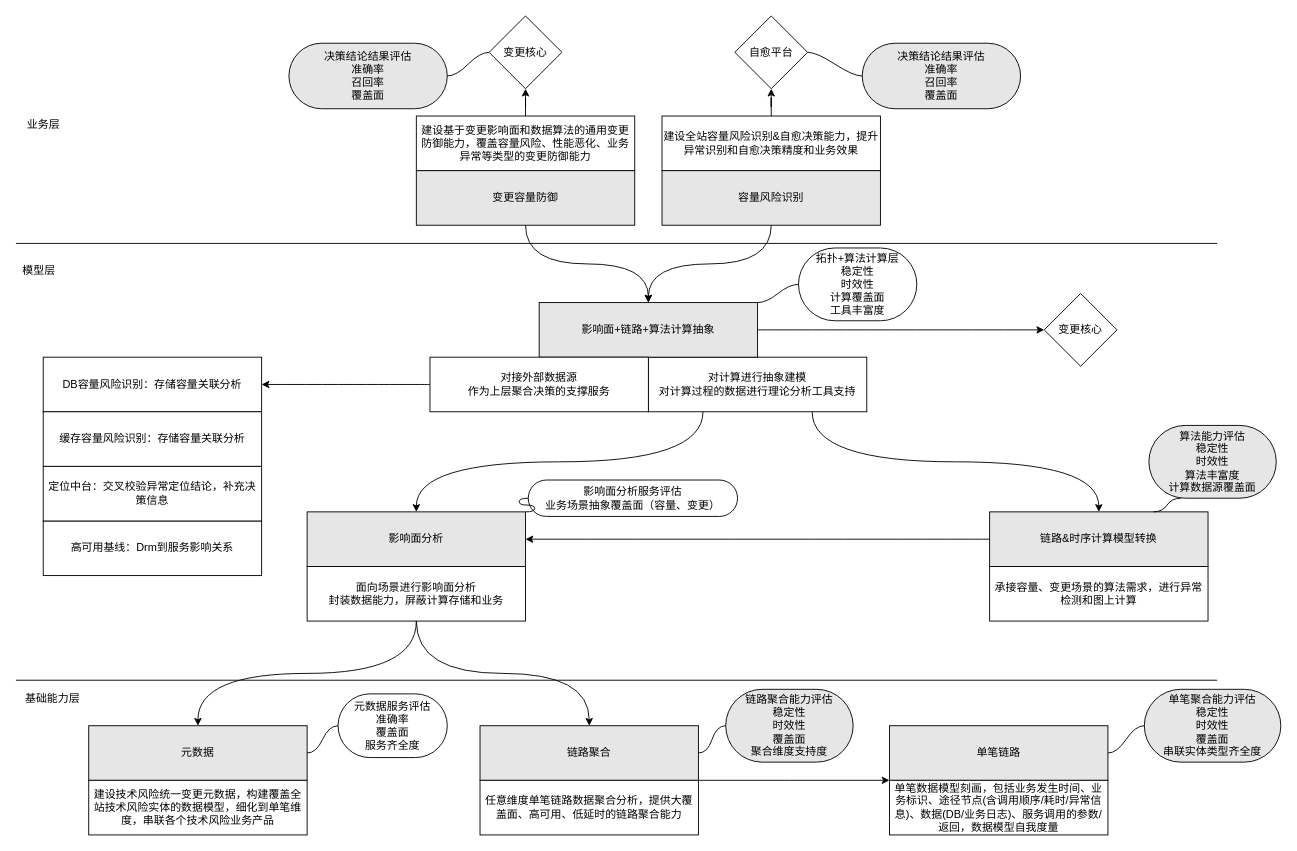
Above: 蚂蚁金服/OKR组织.drawio in frankneu/draw.io (draw.io), before the change. Source tidied: cells renumbered, new cells numbered last; positions are measured from the earlier drawing's top-left corner, leaving out a move shared by most shapes. Both pictures are drawn from the tidied source at 91%, with x=0, y=0 at pixel (15, 15).
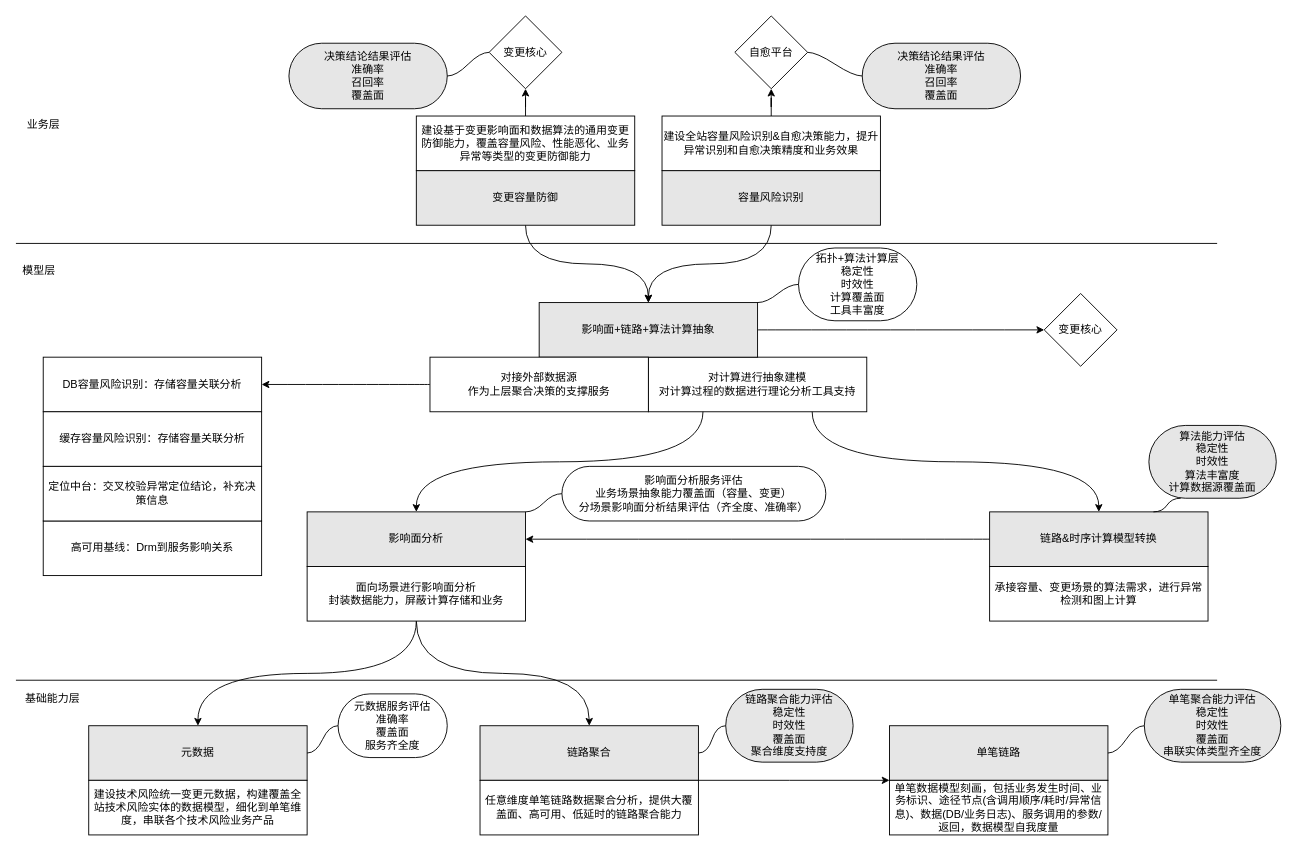
Above is the later version.

The edit, as a diff of the source:
```diff
@@
-    <mxCell id="55" value="影响面分析服务评估&lt;br&gt;业务场景抽象覆盖面（容量、变更）&lt;br&gt;" style="whiteSpace=wrap;html=1;rounded=1;arcSize=50;align=center;verticalAlign=middle;strokeWidth=1;spacing=4;newEdgeStyle={&quot;edgeStyle&quot;:&quot;entityRelationEdgeStyle&quot;,&quot;startArrow&quot;:&quot;none&quot;,&quot;endArrow&quot;:&quot;none&quot;,&quot;segment&quot;:10,&quot;curved&quot;:1};" parent="1" vertex="1">
-      <mxGeometry x="563" y="510" width="230" height="40" as="geometry" />
+    <mxCell id="55" value="影响面分析服务评估&lt;br&gt;业务场景抽象能力覆盖面（容量、变更）&lt;br&gt;分场景影响面分析结果评估（齐全度、准确率）" style="whiteSpace=wrap;html=1;rounded=1;arcSize=50;align=center;verticalAlign=middle;strokeWidth=1;spacing=4;newEdgeStyle={&quot;edgeStyle&quot;:&quot;entityRelationEdgeStyle&quot;,&quot;startArrow&quot;:&quot;none&quot;,&quot;endArrow&quot;:&quot;none&quot;,&quot;segment&quot;:10,&quot;curved&quot;:1};" parent="1" vertex="1">
+      <mxGeometry x="600" y="495" width="290" height="60" as="geometry" />
     </mxCell>
```
